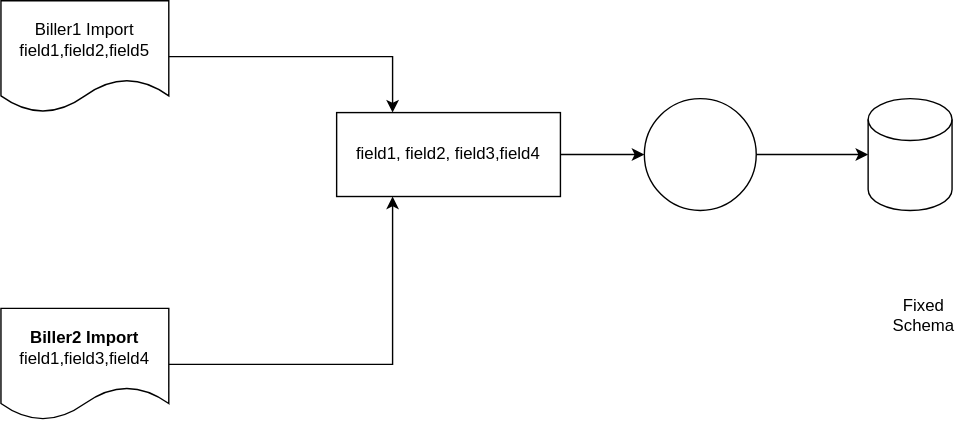
This is bifimport.svg from vjavle/invoicecloud, a draw.io export, as it was before one commit. Source tidied: cells renumbered, new cells last; positions are measured from the earlier drawing's top-left corner, leaving out a move shared by most shapes.
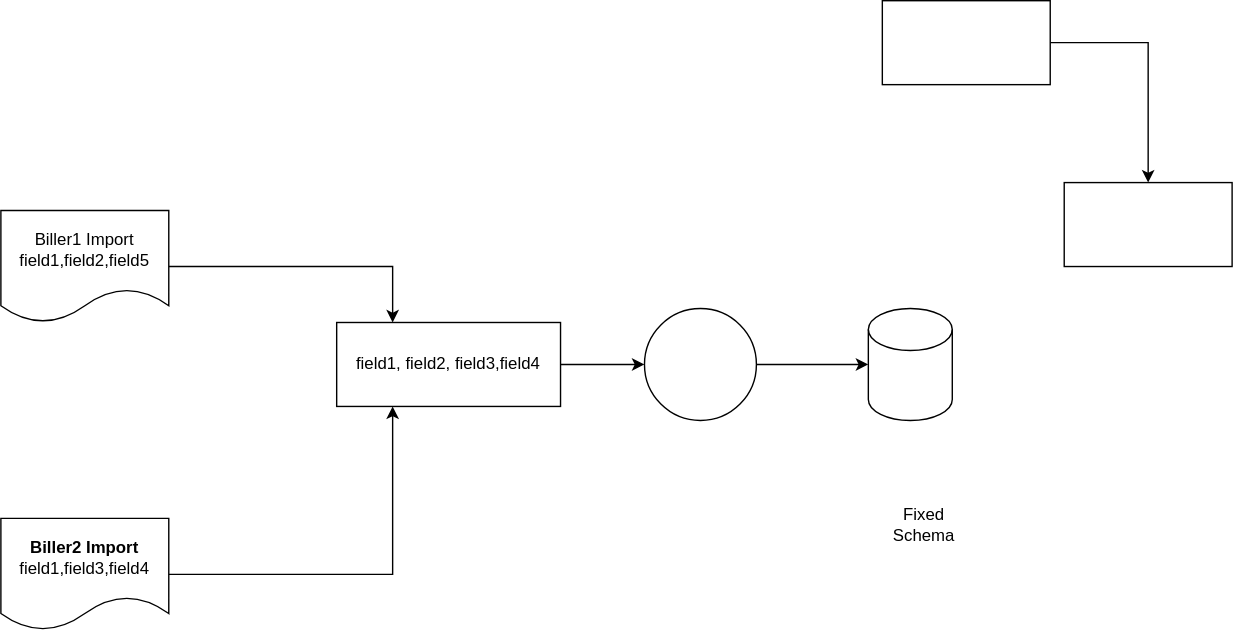
Later version of the same file.

Change to the diagram source:
```diff
@@ -32,5 +32,14 @@
     <mxCell id="11" style="ellipse;whiteSpace=wrap;html=1;" parent="1" vertex="1">
       <mxGeometry x="460" y="70" width="80" height="80" as="geometry" />
     </mxCell>
+    <mxCell id="12" style="edgeStyle=orthogonalEdgeStyle;rounded=0;jettySize=auto;html=1;" parent="1" edge="1" source="13" target="14">
+      <mxGeometry relative="1" as="geometry" />
+    </mxCell>
+    <mxCell id="13" style="rounded=0;whiteSpace=wrap;html=1;" parent="1" vertex="1">
+      <mxGeometry x="630" y="-150" width="120" height="60" as="geometry" />
+    </mxCell>
+    <mxCell id="14" style="rounded=0;whiteSpace=wrap;html=1;" parent="1" vertex="1">
+      <mxGeometry x="760" y="-20" width="120" height="60" as="geometry" />
+    </mxCell>
   </root>
 </mxGraphModel>
```
